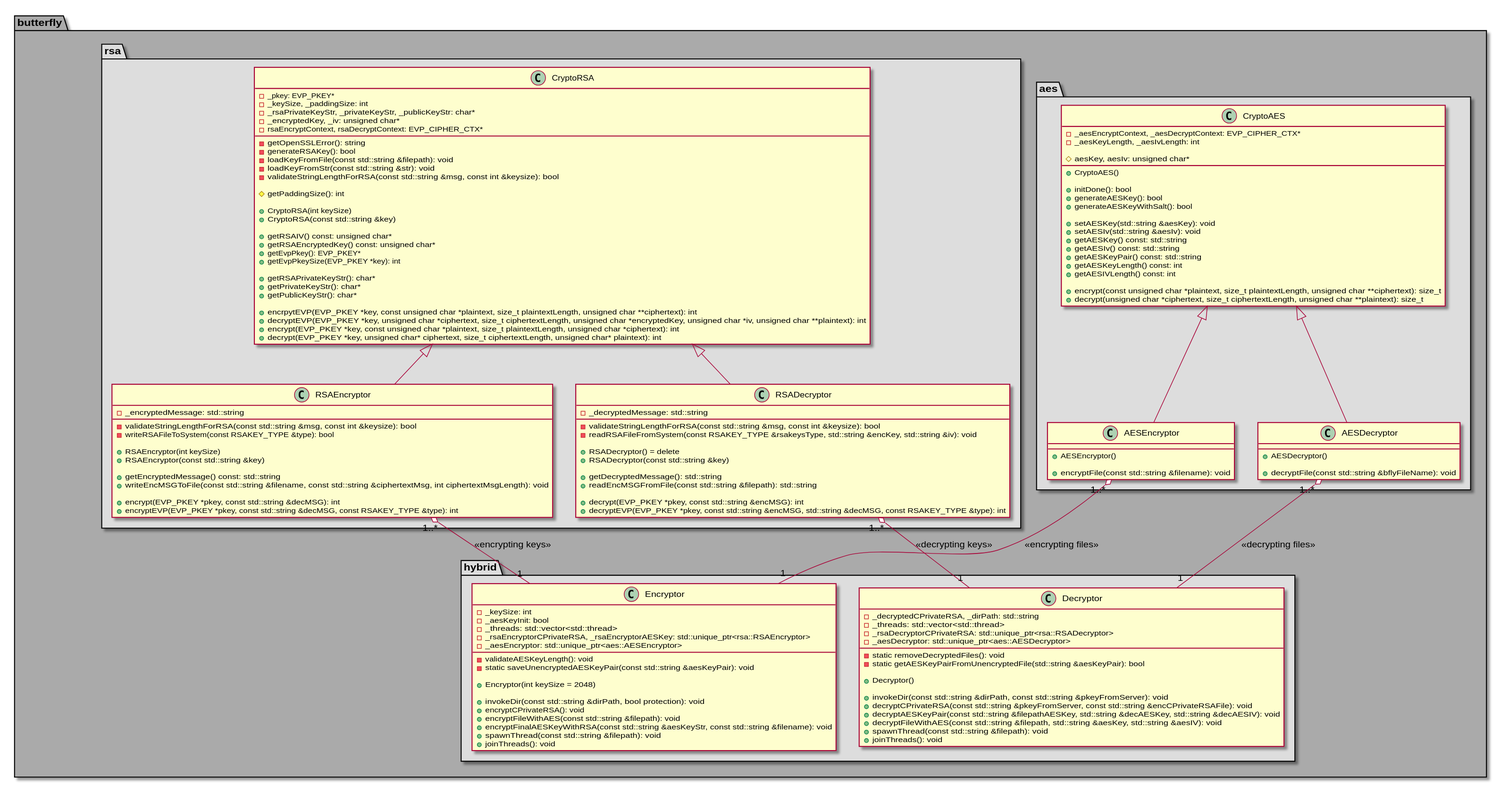
Earlier version of the PlantUML export architecture/class_diagrams/crypto/hybrid.svg (bierschi/butterfly).
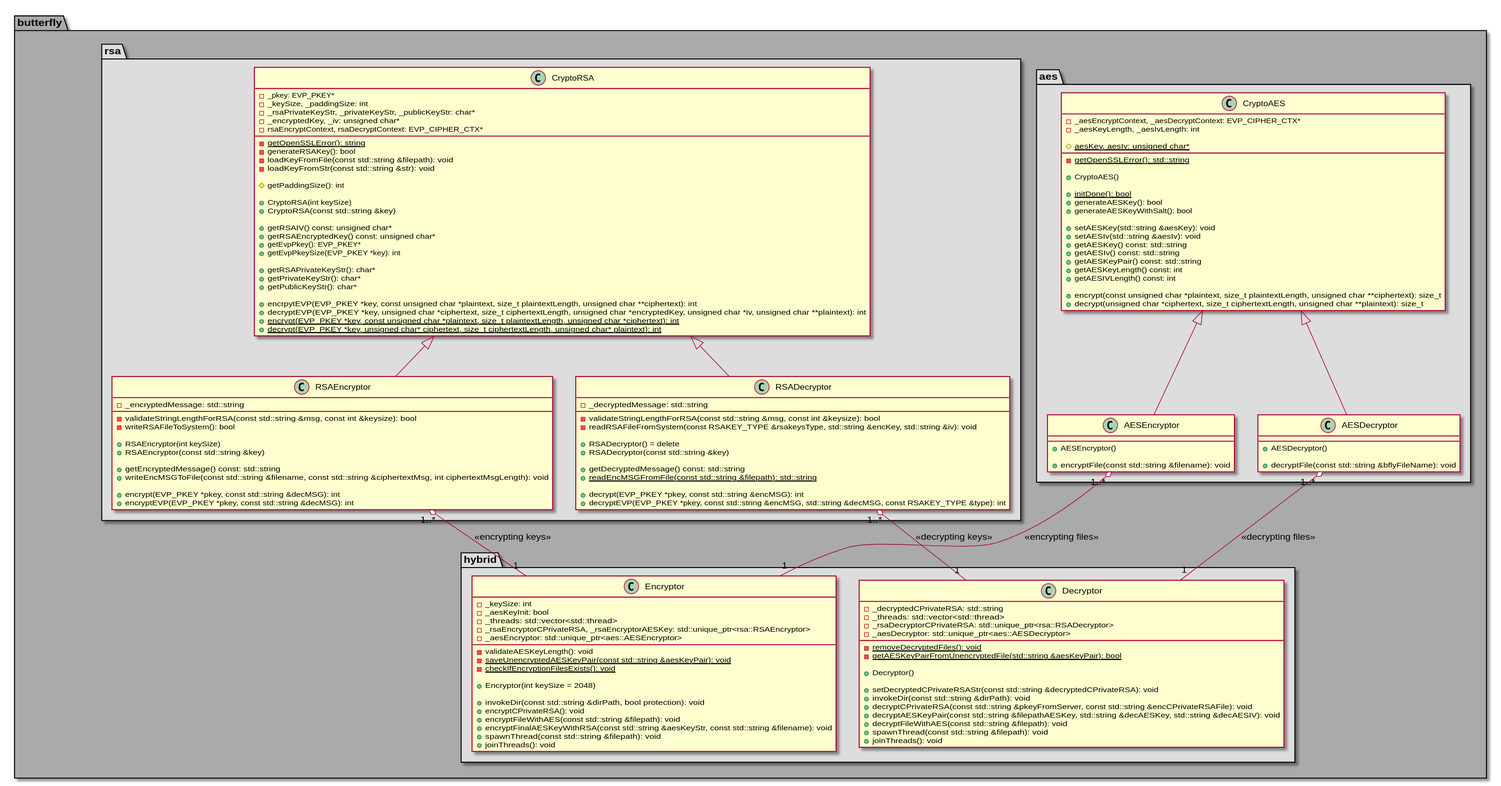
Later version of the same file.

Diff of the diagram source:
```diff
@@ -10,11 +10,13 @@
         - _aesEncryptContext, _aesDecryptContext: EVP_CIPHER_CTX*
         - _aesKeyLength, _aesIvLength: int
 
-        # aesKey, aesIv: unsigned char*
+        # {static} aesKey, aesIv: unsigned char*
+
+        - {static} getOpenSSLError(): std::string
 
         + CryptoAES()
 
-        + initDone(): bool
+        + {static} initDone(): bool
         + generateAESKey(): bool
         + generateAESKeyWithSalt(): bool
 
@@ -58,11 +60,10 @@
         - _encryptedKey, _iv: unsigned char*
         - rsaEncryptContext, rsaDecryptContext: EVP_CIPHER_CTX*
 
-        - getOpenSSLError(): string
+        - {static} getOpenSSLError(): string
         - generateRSAKey(): bool
         - loadKeyFromFile(const std::string &filepath): void
         - loadKeyFromStr(const std::string &str): void
-        - validateStringLengthForRSA(const std::string &msg, const int &keysize): bool
 
         # getPaddingSize(): int
 
@@ -80,8 +81,8 @@
 
         + encrpytEVP(EVP_PKEY *key, const unsigned char *plaintext, size_t plaintextLength, unsigned char **ciphertext): int
         + decryptEVP(EVP_PKEY *key, unsigned char *ciphertext, size_t ciphertextLength, unsigned char *encryptedKey, unsigned char *iv, unsigned char **plaintext): int
-        + encrypt(EVP_PKEY *key, const unsigned char *plaintext, size_t plaintextLength, unsigned char *ciphertext): int
-        + decrypt(EVP_PKEY *key, unsigned char* ciphertext, size_t ciphertextLength, unsigned char* plaintext): int
+        + {static} encrypt(EVP_PKEY *key, const unsigned char *plaintext, size_t plaintextLength, unsigned char *ciphertext): int
+        + {static} decrypt(EVP_PKEY *key, unsigned char* ciphertext, size_t ciphertextLength, unsigned char* plaintext): int
     }
 
     class RSAEncryptor
@@ -89,7 +90,7 @@
         - _encryptedMessage: std::string
 
         - validateStringLengthForRSA(const std::string &msg, const int &keysize): bool
-        - writeRSAFileToSystem(const RSAKEY_TYPE &type): bool
+        - writeRSAFileToSystem(): bool
 
         + RSAEncryptor(int keySize)
         + RSAEncryptor(const std::string &key)
@@ -98,7 +99,7 @@
         + writeEncMSGToFile(const std::string &filename, const std::string &ciphertextMsg, int ciphertextMsgLength): void
 
         + encrypt(EVP_PKEY *pkey, const std::string &decMSG): int
-        + encryptEVP(EVP_PKEY *pkey, const std::string &decMSG, const RSAKEY_TYPE &type): int
+        + encryptEVP(EVP_PKEY *pkey, const std::string &decMSG): int
     }
 
     class RSADecryptor
@@ -111,8 +112,8 @@
         + RSADecryptor() = delete
         + RSADecryptor(const std::string &key)
 
-        + getDecryptedMessage(): std::string
-        + readEncMSGFromFile(const std::string &filepath): std::string
+        + getDecryptedMessage() const: std::string
+        + {static} readEncMSGFromFile(const std::string &filepath): std::string
 
         + decrypt(EVP_PKEY *pkey, const std::string &encMSG): int
         + decryptEVP(EVP_PKEY *pkey, const std::string &encMSG, std::string &decMSG, const RSAKEY_TYPE &type): int
@@ -131,7 +132,8 @@
         - _aesEncryptor: std::unique_ptr<aes::AESEncryptor>
 
         - validateAESKeyLength(): void
-        - static saveUnencryptedAESKeyPair(const std::string &aesKeyPair): void
+        - {static} saveUnencryptedAESKeyPair(const std::string &aesKeyPair): void
+        - {static} checkIfEncryptionFilesExists(): void
 
         + Encryptor(int keySize = 2048)
 
@@ -145,20 +147,21 @@
 
     class Decryptor
     {
-        - _decryptedCPrivateRSA, _dirPath: std::string
+        - _decryptedCPrivateRSA: std::string
         - _threads: std::vector<std::thread>
         - _rsaDecryptorCPrivateRSA: std::unique_ptr<rsa::RSADecryptor>
         - _aesDecryptor: std::unique_ptr<aes::AESDecryptor>
 
-        - static removeDecryptedFiles(): void
-        - static getAESKeyPairFromUnencryptedFile(std::string &aesKeyPair): bool
+        - {static} removeDecryptedFiles(): void
+        - {static} getAESKeyPairFromUnencryptedFile(std::string &aesKeyPair): bool
 
         + Decryptor()
 
-        + invokeDir(const std::string &dirPath, const std::string &pkeyFromServer): void
+        + setDecryptedCPrivateRSAStr(const std::string &decryptedCPrivateRSA): void
+        + invokeDir(const std::string &dirPath): void
         + decryptCPrivateRSA(const std::string &pkeyFromServer, const std::string &encCPrivateRSAFile): void
         + decryptAESKeyPair(const std::string &filepathAESKey, std::string &decAESKey,  std::string &decAESIV): void
-        + decryptFileWithAES(const std::string &filepath, std::string &aesKey, std::string &aesIV): void
+        + decryptFileWithAES(const std::string &filepath): void
         + spawnThread(const std::string &filepath): void
         + joinThreads(): void
     }
```
